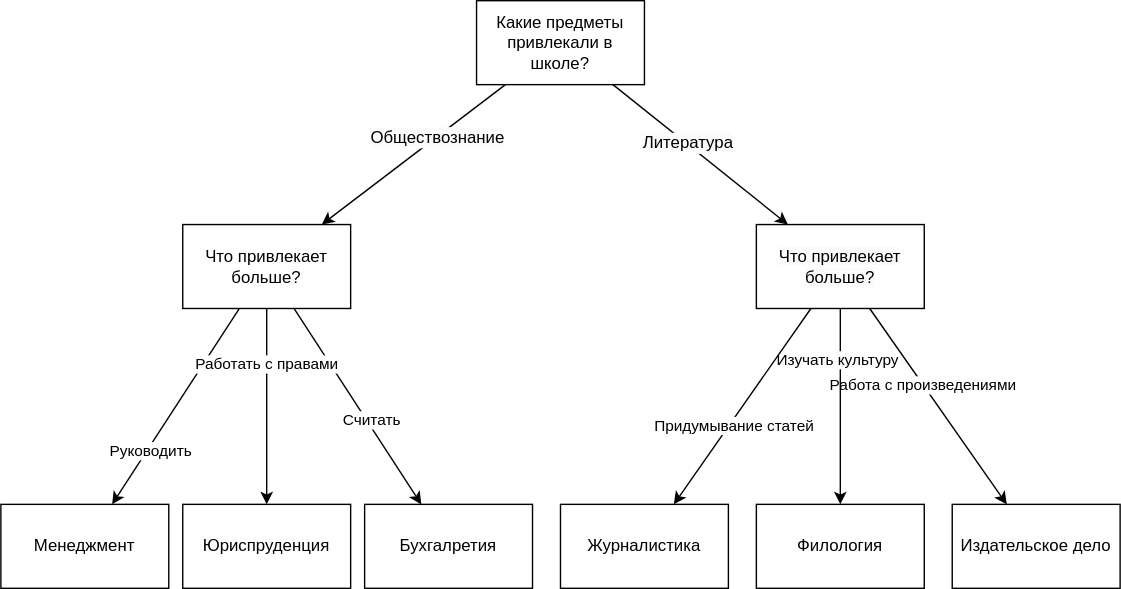
The draw.io diagram img/tipis_lab3.svg in Ol333/hate-arising-labs, before a commit. Source tidied: cells renumbered, new cells last; positions are measured from the earlier drawing's top-left corner, leaving out a move shared by most shapes. Source of this version:
```xml
<mxGraphModel>
  <root>
    <mxCell id="0" />
    <mxCell id="1" parent="0" />
    <mxCell id="2" style="rounded=0;jettySize=auto;html=1;" parent="1" edge="1" source="6" target="13">
      <mxGeometry relative="1" as="geometry" />
    </mxCell>
    <mxCell id="3" value="&lt;span style=&quot;font-size: 12px; background-color: rgb(251, 251, 251);&quot;&gt;Обществознание&lt;/span&gt;" style="edgeLabel;html=1;align=center;verticalAlign=middle;" parent="2" vertex="1">
      <mxGeometry x="-0.25" relative="1" as="geometry" />
    </mxCell>
    <mxCell id="4" style="rounded=0;jettySize=auto;html=1;" parent="1" edge="1" source="6" target="20">
      <mxGeometry relative="1" as="geometry" />
    </mxCell>
    <mxCell id="5" value="&lt;span style=&quot;font-size: 12px; background-color: rgb(251, 251, 251);&quot;&gt;Литература&lt;/span&gt;" style="edgeLabel;html=1;align=center;verticalAlign=middle;" parent="4" vertex="1">
      <mxGeometry x="-0.17" y="1" relative="1" as="geometry" />
    </mxCell>
    <mxCell id="6" value="Какие предметы привлекали в школе?" style="rounded=0;whiteSpace=wrap;html=1;" parent="1" vertex="1">
      <mxGeometry x="340" width="120" height="60" as="geometry" />
    </mxCell>
    <mxCell id="7" style="rounded=0;jettySize=auto;html=1;" parent="1" edge="1" source="13" target="21">
      <mxGeometry relative="1" as="geometry" />
    </mxCell>
    <mxCell id="8" value="Считать" style="edgeLabel;html=1;align=center;verticalAlign=middle;" parent="7" vertex="1">
      <mxGeometry x="0.16" y="3" relative="1" as="geometry" />
    </mxCell>
    <mxCell id="9" style="rounded=0;jettySize=auto;html=1;" parent="1" edge="1" source="13" target="22">
      <mxGeometry relative="1" as="geometry" />
    </mxCell>
    <mxCell id="10" value="Руководить" style="edgeLabel;html=1;align=center;verticalAlign=middle;" parent="9" vertex="1">
      <mxGeometry x="0.43" y="2" relative="1" as="geometry" />
    </mxCell>
    <mxCell id="11" style="rounded=0;jettySize=auto;html=1;" parent="1" edge="1" source="13" target="23">
      <mxGeometry relative="1" as="geometry" />
    </mxCell>
    <mxCell id="12" value="Работать с правами" style="edgeLabel;html=1;align=center;verticalAlign=middle;" parent="11" vertex="1">
      <mxGeometry x="-0.45" y="-1" relative="1" as="geometry" />
    </mxCell>
    <mxCell id="13" value="Что привлекает больше?" style="rounded=0;whiteSpace=wrap;html=1;" parent="1" vertex="1">
      <mxGeometry x="130" y="160" width="120" height="60" as="geometry" />
    </mxCell>
    <mxCell id="14" style="rounded=0;jettySize=auto;html=1;" parent="1" edge="1" source="20" target="24">
      <mxGeometry relative="1" as="geometry" />
    </mxCell>
    <mxCell id="15" value="Работа с произведениями" style="edgeLabel;html=1;align=center;verticalAlign=middle;" parent="14" vertex="1">
      <mxGeometry x="-0.23" y="-1" relative="1" as="geometry" />
    </mxCell>
    <mxCell id="16" style="rounded=0;jettySize=auto;html=1;" parent="1" edge="1" source="20" target="25">
      <mxGeometry relative="1" as="geometry" />
    </mxCell>
    <mxCell id="17" value="Изучать культуру" style="edgeLabel;html=1;align=center;verticalAlign=middle;" parent="16" vertex="1">
      <mxGeometry x="-0.49" y="-3" relative="1" as="geometry" />
    </mxCell>
    <mxCell id="18" style="rounded=0;jettySize=auto;html=1;" parent="1" edge="1" source="20" target="26">
      <mxGeometry relative="1" as="geometry" />
    </mxCell>
    <mxCell id="19" value="Придумывание статей" style="edgeLabel;html=1;align=center;verticalAlign=middle;" parent="18" vertex="1">
      <mxGeometry x="0.17" y="2" relative="1" as="geometry" />
    </mxCell>
    <mxCell id="20" value="&lt;span style=&quot;color: rgb(0, 0, 0); font-family: Helvetica; font-size: 12px; font-style: normal; font-variant-ligatures: normal; font-variant-caps: normal; font-weight: 400; letter-spacing: normal; orphans: 2; text-align: center; text-indent: 0px; text-transform: none; widows: 2; word-spacing: 0px; -webkit-text-stroke-width: 0px; background-color: rgb(251, 251, 251); text-decoration-thickness: initial; text-decoration-style: initial; text-decoration-color: initial; float: none; display: inline !important;&quot;&gt;Что привлекает больше?&lt;/span&gt;" style="whiteSpace=wrap;html=1;rounded=0;" parent="1" vertex="1">
      <mxGeometry x="540" y="160" width="120" height="60" as="geometry" />
    </mxCell>
    <mxCell id="21" value="Бухгалретия" style="whiteSpace=wrap;html=1;rounded=0;" parent="1" vertex="1">
      <mxGeometry x="260" y="360" width="120" height="60" as="geometry" />
    </mxCell>
    <mxCell id="22" value="Менеджмент" style="whiteSpace=wrap;html=1;rounded=0;" parent="1" vertex="1">
      <mxGeometry y="360" width="120" height="60" as="geometry" />
    </mxCell>
    <mxCell id="23" value="Юриспруденция" style="whiteSpace=wrap;html=1;rounded=0;" parent="1" vertex="1">
      <mxGeometry x="130" y="360" width="120" height="60" as="geometry" />
    </mxCell>
    <mxCell id="24" value="Издательское дело" style="whiteSpace=wrap;html=1;rounded=0;" parent="1" vertex="1">
      <mxGeometry x="680" y="360" width="120" height="60" as="geometry" />
    </mxCell>
    <mxCell id="25" value="Филология" style="whiteSpace=wrap;html=1;rounded=0;" parent="1" vertex="1">
      <mxGeometry x="540" y="360" width="120" height="60" as="geometry" />
    </mxCell>
    <mxCell id="26" value="Журналистика" style="whiteSpace=wrap;html=1;rounded=0;" parent="1" vertex="1">
      <mxGeometry x="400" y="360" width="120" height="60" as="geometry" />
    </mxCell>
  </root>
</mxGraphModel>
```
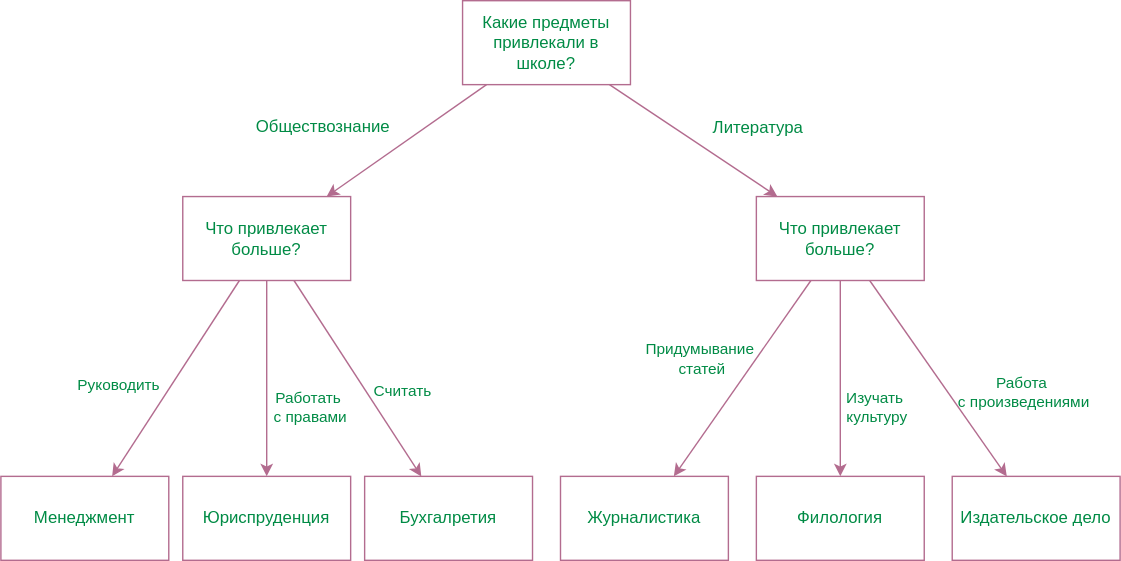
After the change.

Diff of the diagram source:
```diff
@@ -2,79 +2,95 @@
   <root>
     <mxCell id="0" />
     <mxCell id="1" parent="0" />
-    <mxCell id="2" style="rounded=0;jettySize=auto;html=1;" parent="1" edge="1" source="6" target="13">
+    <mxCell id="2" style="rounded=0;jettySize=auto;html=1;strokeColor=#B36C8F;fontColor=#008B45;labelBackgroundColor=none;" parent="1" edge="1" source="6" target="13">
       <mxGeometry relative="1" as="geometry" />
     </mxCell>
-    <mxCell id="3" value="&lt;span style=&quot;font-size: 12px; background-color: rgb(251, 251, 251);&quot;&gt;Обществознание&lt;/span&gt;" style="edgeLabel;html=1;align=center;verticalAlign=middle;" parent="2" vertex="1">
-      <mxGeometry x="-0.25" relative="1" as="geometry" />
+    <mxCell id="3" value="&lt;span style=&quot;font-size: 12px;&quot;&gt;Обществознание&lt;/span&gt;" style="edgeLabel;html=1;align=center;verticalAlign=middle;labelBackgroundColor=none;fontColor=#008B45;" parent="2" vertex="1">
+      <mxGeometry x="-0.25" relative="1" as="geometry">
+        <mxPoint x="-75" as="offset" />
+      </mxGeometry>
     </mxCell>
-    <mxCell id="4" style="rounded=0;jettySize=auto;html=1;" parent="1" edge="1" source="6" target="20">
+    <mxCell id="4" style="rounded=0;jettySize=auto;html=1;strokeColor=#B36C8F;fontColor=#008B45;labelBackgroundColor=none;" parent="1" edge="1" source="6" target="20">
       <mxGeometry relative="1" as="geometry" />
     </mxCell>
-    <mxCell id="5" value="&lt;span style=&quot;font-size: 12px; background-color: rgb(251, 251, 251);&quot;&gt;Литература&lt;/span&gt;" style="edgeLabel;html=1;align=center;verticalAlign=middle;" parent="4" vertex="1">
-      <mxGeometry x="-0.17" y="1" relative="1" as="geometry" />
+    <mxCell id="5" value="&lt;span style=&quot;font-size: 12px;&quot;&gt;Литература&lt;/span&gt;" style="edgeLabel;html=1;align=center;verticalAlign=middle;labelBackgroundColor=none;fontColor=#008B45;" parent="4" vertex="1">
+      <mxGeometry x="-0.17" y="1" relative="1" as="geometry">
+        <mxPoint x="55" y="-2" as="offset" />
+      </mxGeometry>
     </mxCell>
-    <mxCell id="6" value="Какие предметы привлекали в школе?" style="rounded=0;whiteSpace=wrap;html=1;" parent="1" vertex="1">
-      <mxGeometry x="340" width="120" height="60" as="geometry" />
+    <mxCell id="6" value="Какие предметы привлекали в школе?" style="rounded=0;whiteSpace=wrap;html=1;strokeColor=#B36C8F;fillColor=none;fontColor=#008B45;labelBackgroundColor=none;" parent="1" vertex="1">
+      <mxGeometry x="330" y="20" width="120" height="60" as="geometry" />
     </mxCell>
-    <mxCell id="7" style="rounded=0;jettySize=auto;html=1;" parent="1" edge="1" source="13" target="21">
+    <mxCell id="7" style="rounded=0;jettySize=auto;html=1;strokeColor=#B36C8F;fontColor=#008B45;labelBackgroundColor=none;" parent="1" edge="1" source="13" target="21">
       <mxGeometry relative="1" as="geometry" />
     </mxCell>
-    <mxCell id="8" value="Считать" style="edgeLabel;html=1;align=center;verticalAlign=middle;" parent="7" vertex="1">
-      <mxGeometry x="0.16" y="3" relative="1" as="geometry" />
+    <mxCell id="8" value="Считать" style="edgeLabel;html=1;align=center;verticalAlign=middle;labelBackgroundColor=none;fontColor=#008B45;" parent="7" vertex="1">
+      <mxGeometry x="0.16" y="3" relative="1" as="geometry">
+        <mxPoint x="22" y="-1" as="offset" />
+      </mxGeometry>
     </mxCell>
-    <mxCell id="9" style="rounded=0;jettySize=auto;html=1;" parent="1" edge="1" source="13" target="22">
+    <mxCell id="9" style="rounded=0;jettySize=auto;html=1;strokeColor=#B36C8F;fontColor=#008B45;labelBackgroundColor=none;" parent="1" edge="1" source="13" target="22">
       <mxGeometry relative="1" as="geometry" />
     </mxCell>
-    <mxCell id="10" value="Руководить" style="edgeLabel;html=1;align=center;verticalAlign=middle;" parent="9" vertex="1">
-      <mxGeometry x="0.43" y="2" relative="1" as="geometry" />
+    <mxCell id="10" value="Руководить" style="edgeLabel;html=1;align=center;verticalAlign=middle;labelBackgroundColor=none;fontColor=#008B45;" parent="9" vertex="1">
+      <mxGeometry x="0.43" y="2" relative="1" as="geometry">
+        <mxPoint x="-23" y="-27" as="offset" />
+      </mxGeometry>
     </mxCell>
-    <mxCell id="11" style="rounded=0;jettySize=auto;html=1;" parent="1" edge="1" source="13" target="23">
+    <mxCell id="11" style="rounded=0;jettySize=auto;html=1;strokeColor=#B36C8F;fontColor=#008B45;labelBackgroundColor=none;" parent="1" edge="1" source="13" target="23">
       <mxGeometry relative="1" as="geometry" />
     </mxCell>
-    <mxCell id="12" value="Работать с правами" style="edgeLabel;html=1;align=center;verticalAlign=middle;" parent="11" vertex="1">
-      <mxGeometry x="-0.45" y="-1" relative="1" as="geometry" />
+    <mxCell id="12" value="&lt;div&gt;Работать&amp;nbsp;&lt;/div&gt;&lt;div&gt;с правами&lt;/div&gt;" style="edgeLabel;html=1;align=center;verticalAlign=middle;labelBackgroundColor=none;fontColor=#008B45;" parent="11" vertex="1">
+      <mxGeometry x="-0.45" y="-1" relative="1" as="geometry">
+        <mxPoint x="31" y="51" as="offset" />
+      </mxGeometry>
     </mxCell>
-    <mxCell id="13" value="Что привлекает больше?" style="rounded=0;whiteSpace=wrap;html=1;" parent="1" vertex="1">
+    <mxCell id="13" value="Что привлекает больше?" style="rounded=0;whiteSpace=wrap;html=1;strokeColor=#B36C8F;fillColor=none;fontColor=#008B45;labelBackgroundColor=none;" parent="1" vertex="1">
       <mxGeometry x="130" y="160" width="120" height="60" as="geometry" />
     </mxCell>
-    <mxCell id="14" style="rounded=0;jettySize=auto;html=1;" parent="1" edge="1" source="20" target="24">
+    <mxCell id="14" style="rounded=0;jettySize=auto;html=1;strokeColor=#B36C8F;fontColor=#008B45;labelBackgroundColor=none;" parent="1" edge="1" source="20" target="24">
       <mxGeometry relative="1" as="geometry" />
     </mxCell>
-    <mxCell id="15" value="Работа с произведениями" style="edgeLabel;html=1;align=center;verticalAlign=middle;" parent="14" vertex="1">
-      <mxGeometry x="-0.23" y="-1" relative="1" as="geometry" />
+    <mxCell id="15" value="&lt;div&gt;Работа&amp;nbsp;&lt;/div&gt;&lt;div&gt;с произведениями&lt;/div&gt;" style="edgeLabel;html=1;align=center;verticalAlign=middle;labelBackgroundColor=none;fontColor=#008B45;" parent="14" vertex="1">
+      <mxGeometry x="-0.23" y="-1" relative="1" as="geometry">
+        <mxPoint x="72" y="25" as="offset" />
+      </mxGeometry>
     </mxCell>
-    <mxCell id="16" style="rounded=0;jettySize=auto;html=1;" parent="1" edge="1" source="20" target="25">
+    <mxCell id="16" style="rounded=0;jettySize=auto;html=1;strokeColor=#B36C8F;fontColor=#008B45;labelBackgroundColor=none;" parent="1" edge="1" source="20" target="25">
       <mxGeometry relative="1" as="geometry" />
     </mxCell>
-    <mxCell id="17" value="Изучать культуру" style="edgeLabel;html=1;align=center;verticalAlign=middle;" parent="16" vertex="1">
-      <mxGeometry x="-0.49" y="-3" relative="1" as="geometry" />
+    <mxCell id="17" value="&lt;div&gt;Изучать&amp;nbsp;&lt;/div&gt;&lt;div&gt;культуру&lt;/div&gt;" style="edgeLabel;html=1;align=center;verticalAlign=middle;labelBackgroundColor=none;fontColor=#008B45;" parent="16" vertex="1">
+      <mxGeometry x="-0.49" y="-3" relative="1" as="geometry">
+        <mxPoint x="28" y="54" as="offset" />
+      </mxGeometry>
     </mxCell>
-    <mxCell id="18" style="rounded=0;jettySize=auto;html=1;" parent="1" edge="1" source="20" target="26">
+    <mxCell id="18" style="rounded=0;jettySize=auto;html=1;strokeColor=#B36C8F;fontColor=#008B45;labelBackgroundColor=none;" parent="1" edge="1" source="20" target="26">
       <mxGeometry relative="1" as="geometry" />
     </mxCell>
-    <mxCell id="19" value="Придумывание статей" style="edgeLabel;html=1;align=center;verticalAlign=middle;" parent="18" vertex="1">
-      <mxGeometry x="0.17" y="2" relative="1" as="geometry" />
+    <mxCell id="19" value="&lt;div&gt;Придумывание&amp;nbsp;&lt;/div&gt;&lt;div&gt;статей&lt;/div&gt;" style="edgeLabel;html=1;align=center;verticalAlign=middle;labelBackgroundColor=none;fontColor=#008B45;" parent="18" vertex="1">
+      <mxGeometry x="0.17" y="2" relative="1" as="geometry">
+        <mxPoint x="-23" y="-28" as="offset" />
+      </mxGeometry>
     </mxCell>
-    <mxCell id="20" value="&lt;span style=&quot;color: rgb(0, 0, 0); font-family: Helvetica; font-size: 12px; font-style: normal; font-variant-ligatures: normal; font-variant-caps: normal; font-weight: 400; letter-spacing: normal; orphans: 2; text-align: center; text-indent: 0px; text-transform: none; widows: 2; word-spacing: 0px; -webkit-text-stroke-width: 0px; background-color: rgb(251, 251, 251); text-decoration-thickness: initial; text-decoration-style: initial; text-decoration-color: initial; float: none; display: inline !important;&quot;&gt;Что привлекает больше?&lt;/span&gt;" style="whiteSpace=wrap;html=1;rounded=0;" parent="1" vertex="1">
+    <mxCell id="20" value="&lt;span style=&quot;font-family: Helvetica; font-size: 12px; font-style: normal; font-variant-ligatures: normal; font-variant-caps: normal; font-weight: 400; letter-spacing: normal; text-align: center; text-indent: 0px; text-transform: none; word-spacing: 0px; -webkit-text-stroke-width: 0px; text-decoration-thickness: initial; text-decoration-style: initial; text-decoration-color: initial; float: none; display: inline !important;&quot;&gt;Что привлекает больше?&lt;/span&gt;" style="whiteSpace=wrap;html=1;rounded=0;strokeColor=#B36C8F;fillColor=none;fontColor=#008B45;labelBackgroundColor=none;" parent="1" vertex="1">
       <mxGeometry x="540" y="160" width="120" height="60" as="geometry" />
     </mxCell>
-    <mxCell id="21" value="Бухгалретия" style="whiteSpace=wrap;html=1;rounded=0;" parent="1" vertex="1">
+    <mxCell id="21" value="Бухгалретия" style="whiteSpace=wrap;html=1;rounded=0;strokeColor=#B36C8F;fillColor=none;fontColor=#008B45;labelBackgroundColor=none;" parent="1" vertex="1">
       <mxGeometry x="260" y="360" width="120" height="60" as="geometry" />
     </mxCell>
-    <mxCell id="22" value="Менеджмент" style="whiteSpace=wrap;html=1;rounded=0;" parent="1" vertex="1">
+    <mxCell id="22" value="Менеджмент" style="whiteSpace=wrap;html=1;rounded=0;strokeColor=#B36C8F;fillColor=none;fontColor=#008B45;labelBackgroundColor=none;" parent="1" vertex="1">
       <mxGeometry y="360" width="120" height="60" as="geometry" />
     </mxCell>
-    <mxCell id="23" value="Юриспруденция" style="whiteSpace=wrap;html=1;rounded=0;" parent="1" vertex="1">
+    <mxCell id="23" value="Юриспруденция" style="whiteSpace=wrap;html=1;rounded=0;strokeColor=#B36C8F;fillColor=none;fontColor=#008B45;labelBackgroundColor=none;" parent="1" vertex="1">
       <mxGeometry x="130" y="360" width="120" height="60" as="geometry" />
     </mxCell>
-    <mxCell id="24" value="Издательское дело" style="whiteSpace=wrap;html=1;rounded=0;" parent="1" vertex="1">
+    <mxCell id="24" value="Издательское дело" style="whiteSpace=wrap;html=1;rounded=0;strokeColor=#B36C8F;fillColor=none;fontColor=#008B45;labelBackgroundColor=none;" parent="1" vertex="1">
       <mxGeometry x="680" y="360" width="120" height="60" as="geometry" />
     </mxCell>
-    <mxCell id="25" value="Филология" style="whiteSpace=wrap;html=1;rounded=0;" parent="1" vertex="1">
+    <mxCell id="25" value="Филология" style="whiteSpace=wrap;html=1;rounded=0;strokeColor=#B36C8F;fillColor=none;fontColor=#008B45;labelBackgroundColor=none;" parent="1" vertex="1">
       <mxGeometry x="540" y="360" width="120" height="60" as="geometry" />
     </mxCell>
-    <mxCell id="26" value="Журналистика" style="whiteSpace=wrap;html=1;rounded=0;" parent="1" vertex="1">
+    <mxCell id="26" value="Журналистика" style="whiteSpace=wrap;html=1;rounded=0;strokeColor=#B36C8F;fillColor=none;fontColor=#008B45;labelBackgroundColor=none;" parent="1" vertex="1">
       <mxGeometry x="400" y="360" width="120" height="60" as="geometry" />
     </mxCell>
   </root>
```
